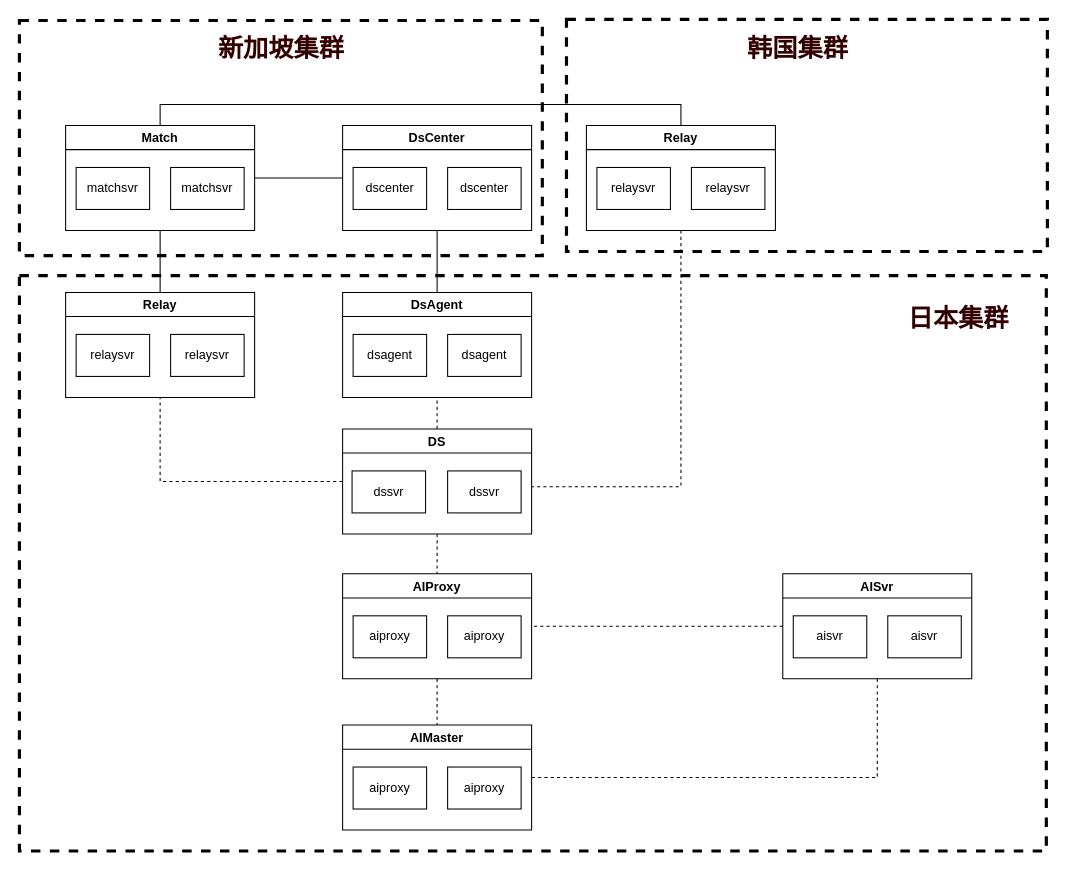
Above: page "NISHIKI AI架构2022" (4 of 13) of NISHIKI架构.drawio in Memoryss/NISHIKI (draw.io), before the change. Source tidied: cells renumbered, new cells numbered last; positions are measured from the earlier drawing's top-left corner, leaving out a move shared by most shapes. Both pictures are drawn from the tidied source at 105%, with x=0, y=0 at pixel (19, 19).
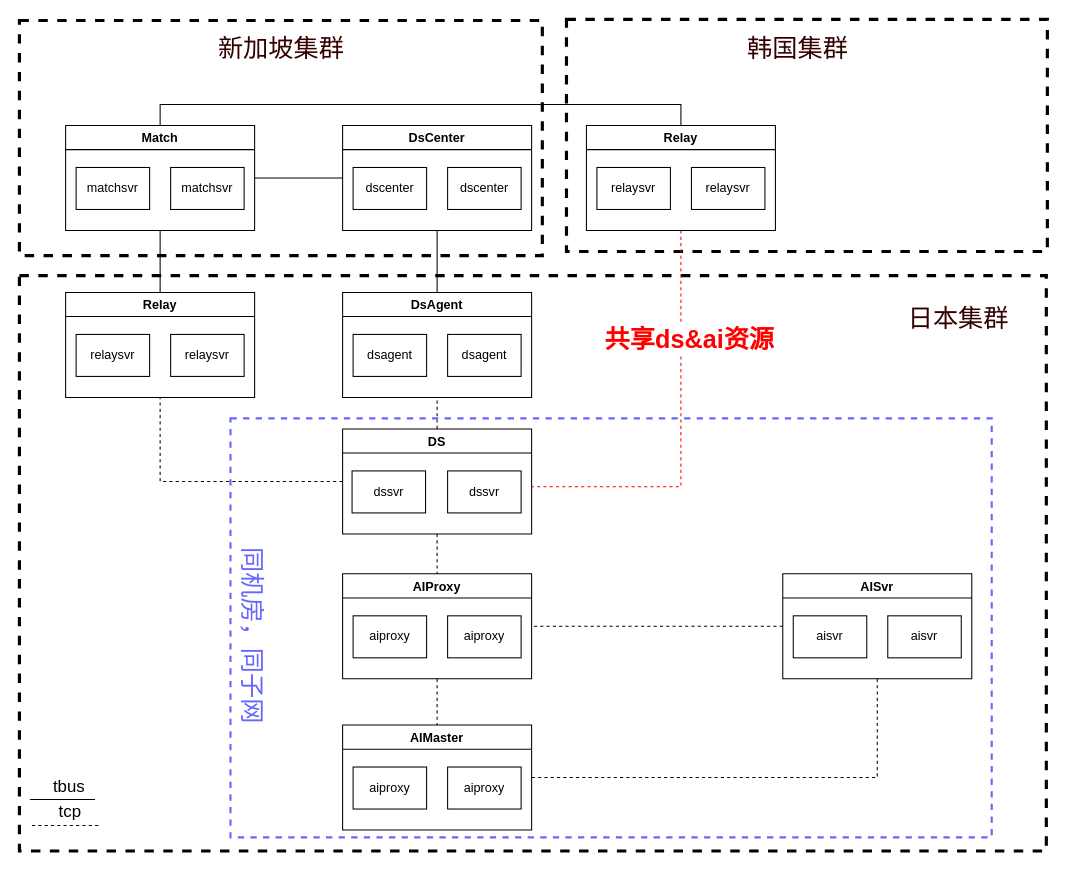
The same page after the edit.

The change refers to these unchanged cells:
```xml
<mxCell id="24" value="DS" style="swimlane;" parent="1" vertex="1">
  <mxGeometry x="307.8" y="390" width="180" height="100" as="geometry" />
</mxCell>
<mxCell id="42" value="Relay" style="swimlane;" parent="1" vertex="1">
  <mxGeometry x="540" y="101" width="180" height="100" as="geometry" />
</mxCell>
```

Change to the diagram source:
```diff
@@
-    <mxCell id="31" value="&lt;font color=&quot;#330000&quot;&gt;&lt;span style=&quot;font-size: 24px;&quot;&gt;&lt;b&gt;日本集群&lt;/b&gt;&lt;/span&gt;&lt;/font&gt;" style="text;html=1;align=center;verticalAlign=middle;strokeColor=none;fillColor=none;fontSize=18;fontColor=#FF0000;" parent="1" vertex="1">
+    <mxCell id="31" value="&lt;font color=&quot;#330000&quot;&gt;&lt;span style=&quot;font-size: 24px;&quot;&gt;日本集群&lt;/span&gt;&lt;/font&gt;" style="text;html=1;align=center;verticalAlign=middle;strokeColor=none;fillColor=none;fontSize=18;fontColor=#FF0000;" parent="1" vertex="1">
       <mxGeometry x="837" y="264" width="114" height="41" as="geometry" />
     </mxCell>
@@
-    <mxCell id="39" value="&lt;font color=&quot;#330000&quot;&gt;&lt;span style=&quot;font-size: 24px;&quot;&gt;&lt;b&gt;新加坡集群&lt;/b&gt;&lt;/span&gt;&lt;/font&gt;" style="text;html=1;align=center;verticalAlign=middle;strokeColor=none;fillColor=none;fontSize=18;fontColor=#FF0000;" parent="1" vertex="1">
+    <mxCell id="39" value="&lt;font color=&quot;#330000&quot;&gt;&lt;span style=&quot;font-size: 24px;&quot;&gt;新加坡集群&lt;/span&gt;&lt;/font&gt;" style="text;html=1;align=center;verticalAlign=middle;strokeColor=none;fillColor=none;fontSize=18;fontColor=#FF0000;" parent="1" vertex="1">
       <mxGeometry x="180" y="7" width="138" height="41" as="geometry" />
     </mxCell>
@@
-    <mxCell id="41" style="edgeStyle=orthogonalEdgeStyle;rounded=0;jettySize=auto;html=1;exitX=0.5;exitY=1;exitDx=0;exitDy=0;endArrow=none;endFill=0;dashed=1;" parent="1" edge="1" source="42" target="24">
+    <mxCell id="41" style="edgeStyle=orthogonalEdgeStyle;rounded=0;jettySize=auto;html=1;exitX=0.5;exitY=1;exitDx=0;exitDy=0;endArrow=none;endFill=0;dashed=1;strokeColor=#FF0000;" parent="1" edge="1" source="42" target="24">
       <mxGeometry relative="1" as="geometry">
         <Array as="points">
           <mxPoint x="630" y="445" />
         </Array>
       </mxGeometry>
     </mxCell>
@@
-    <mxCell id="45" value="&lt;font color=&quot;#330000&quot;&gt;&lt;span style=&quot;font-size: 24px;&quot;&gt;&lt;b&gt;韩国集群&lt;/b&gt;&lt;/span&gt;&lt;/font&gt;" style="text;html=1;align=center;verticalAlign=middle;strokeColor=none;fillColor=none;fontSize=18;fontColor=#FF0000;" parent="1" vertex="1">
+    <mxCell id="45" value="&lt;font color=&quot;#330000&quot;&gt;&lt;span style=&quot;font-size: 24px;&quot;&gt;韩国集群&lt;/span&gt;&lt;/font&gt;" style="text;html=1;align=center;verticalAlign=middle;strokeColor=none;fillColor=none;fontSize=18;fontColor=#FF0000;" parent="1" vertex="1">
       <mxGeometry x="683.5" y="7" width="114" height="41" as="geometry" />
     </mxCell>
+    <mxCell id="46" value="&lt;font&gt;&lt;span style=&quot;font-size: 24px;&quot;&gt;&lt;b&gt;共享ds&amp;amp;ai资源&lt;/b&gt;&lt;/span&gt;&lt;/font&gt;" style="text;html=1;align=center;verticalAlign=middle;strokeColor=none;fillColor=none;fontSize=18;fontColor=#FF0000;labelBackgroundColor=default;" parent="1" vertex="1">
+      <mxGeometry x="548" y="284" width="179" height="41" as="geometry" />
+    </mxCell>
+    <mxCell id="47" style="rounded=0;whiteSpace=wrap;html=1;dashed=1;strokeWidth=2;fillColor=none;strokeColor=#6666FF;" parent="1" vertex="1">
+      <mxGeometry x="201" y="380" width="725" height="399" as="geometry" />
+    </mxCell>
+    <mxCell id="48" value="&lt;span style=&quot;font-size: 24px;&quot;&gt;&lt;font color=&quot;#6666ff&quot;&gt;同机房，同子网&lt;/font&gt;&lt;/span&gt;" style="text;html=1;align=center;verticalAlign=middle;strokeColor=none;fillColor=none;fontSize=18;fontColor=#FF0000;rotation=90;" parent="1" vertex="1">
+      <mxGeometry x="129" y="566" width="186" height="41" as="geometry" />
+    </mxCell>
+    <mxCell id="49" style="endArrow=none;html=1;rounded=0;fontColor=#6666FF;strokeColor=#000000;" parent="1" edge="1">
+      <mxGeometry relative="1" as="geometry">
+        <mxPoint x="10" y="743" as="sourcePoint" />
+        <mxPoint x="72" y="743" as="targetPoint" />
+      </mxGeometry>
+    </mxCell>
+    <mxCell id="50" value="&lt;font color=&quot;#000000&quot; style=&quot;font-size: 16px;&quot;&gt;tbus&lt;/font&gt;" style="edgeLabel;html=1;align=center;verticalAlign=middle;fontColor=#6666FF;fontSize=16;" parent="49" vertex="1">
+      <mxGeometry x="-0.46" y="1" relative="1" as="geometry">
+        <mxPoint x="19" y="-13" as="offset" />
+      </mxGeometry>
+    </mxCell>
+    <mxCell id="51" style="endArrow=none;dashed=1;html=1;rounded=0;fontColor=#000000;strokeColor=#000000;" parent="1" edge="1">
+      <mxGeometry relative="1" as="geometry">
+        <mxPoint x="12" y="767.6" as="sourcePoint" />
+        <mxPoint x="75" y="767.6" as="targetPoint" />
+      </mxGeometry>
+    </mxCell>
+    <mxCell id="52" value="tcp" style="edgeLabel;html=1;align=center;verticalAlign=middle;fontColor=#000000;fontSize=16;" parent="51" vertex="1">
+      <mxGeometry x="0.32" y="-4" relative="1" as="geometry">
+        <mxPoint x="-7" y="-18" as="offset" />
+      </mxGeometry>
+    </mxCell>
```
